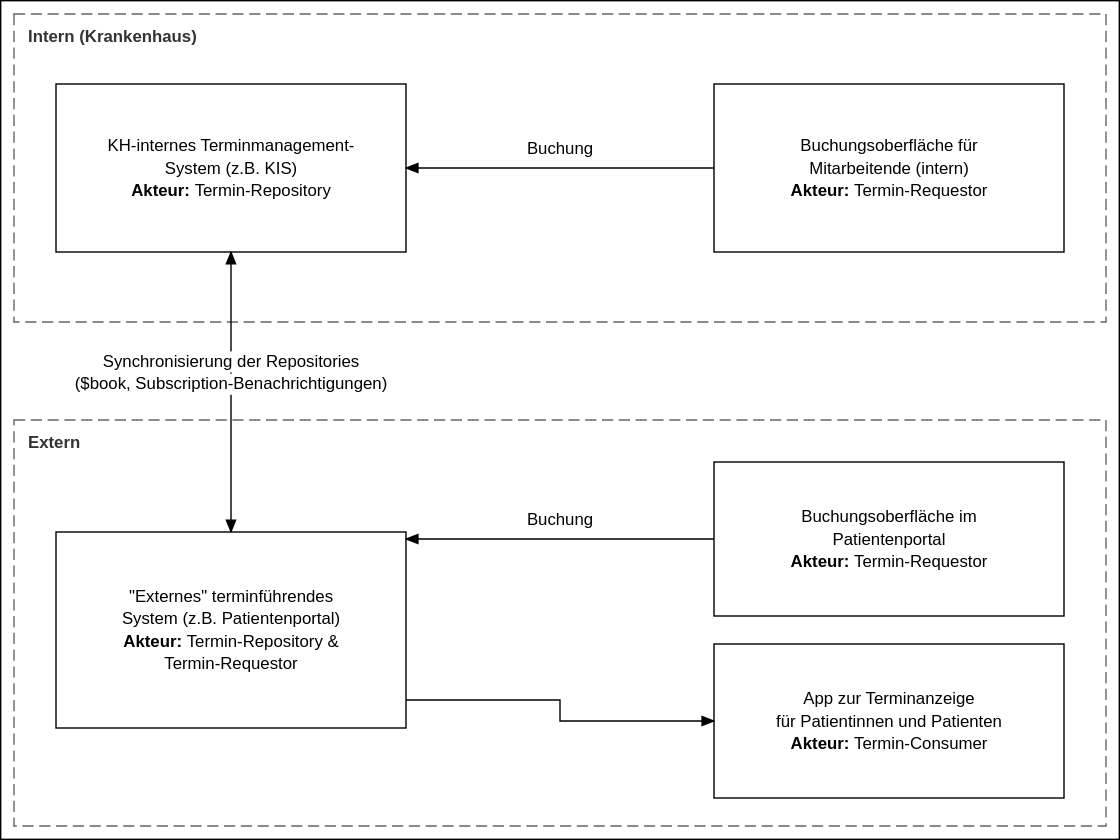
The draw.io diagram publisher-guides/Terminplanung/input/images/Termin_Patientenportal_als_Repository.drawio.svg in gematik/spec-ISiK-Basismodul, before a commit. Source tidied: cells renumbered, new cells last; positions are measured from the earlier drawing's top-left corner, leaving out a move shared by most shapes.
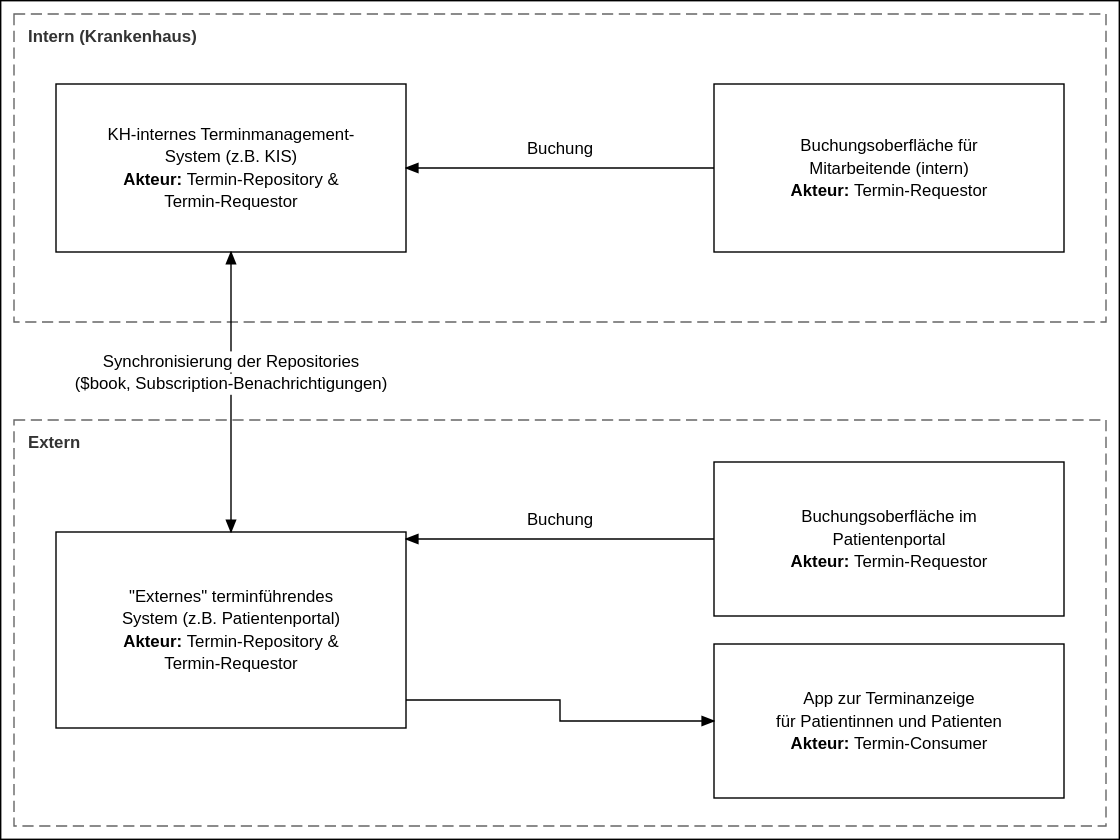
After the change.

Commit message:
Anpassung Schaubild

The edit, as a diff of the source:
```diff
@@ -11,7 +11,7 @@
     <mxCell id="4" value="&lt;b&gt;Extern&lt;/b&gt;" style="rounded=0;whiteSpace=wrap;html=1;fillColor=none;dashed=1;strokeColor=#666666;align=left;verticalAlign=top;spacingLeft=8;fontColor=#333333;" parent="1" vertex="1">
       <mxGeometry x="10" y="300" width="780" height="290" as="geometry" />
     </mxCell>
-    <mxCell id="5" value="&lt;div&gt;KH-internes Terminmanagement-&lt;/div&gt;&lt;div&gt;System (z.B. KIS)&lt;/div&gt;&lt;div&gt;&lt;b&gt;Akteur: &lt;/b&gt;&amp;nbsp;Termin-Repository&lt;/div&gt;" style="rounded=0;whiteSpace=wrap;html=1;" parent="1" vertex="1">
+    <mxCell id="5" value="&lt;div&gt;KH-internes Terminmanagement-&lt;/div&gt;&lt;div&gt;System (z.B. KIS)&lt;/div&gt;&lt;div&gt;&lt;b&gt;Akteur: &lt;/b&gt;&amp;nbsp;Termin-Repository &amp;amp;&lt;/div&gt;&lt;div&gt;Termin-Requestor&lt;/div&gt;" style="rounded=0;whiteSpace=wrap;html=1;" parent="1" vertex="1">
       <mxGeometry x="40" y="60" width="250" height="120" as="geometry" />
     </mxCell>
     <mxCell id="6" value="&lt;div&gt;Buchungsoberfläche für&lt;/div&gt;&lt;div&gt;Mitarbeitende (intern)&lt;/div&gt;&lt;div&gt;&lt;b&gt;Akteur: &lt;/b&gt;&amp;nbsp;Termin-Requestor&lt;/div&gt;" style="rounded=0;whiteSpace=wrap;html=1;" parent="1" vertex="1">
```
